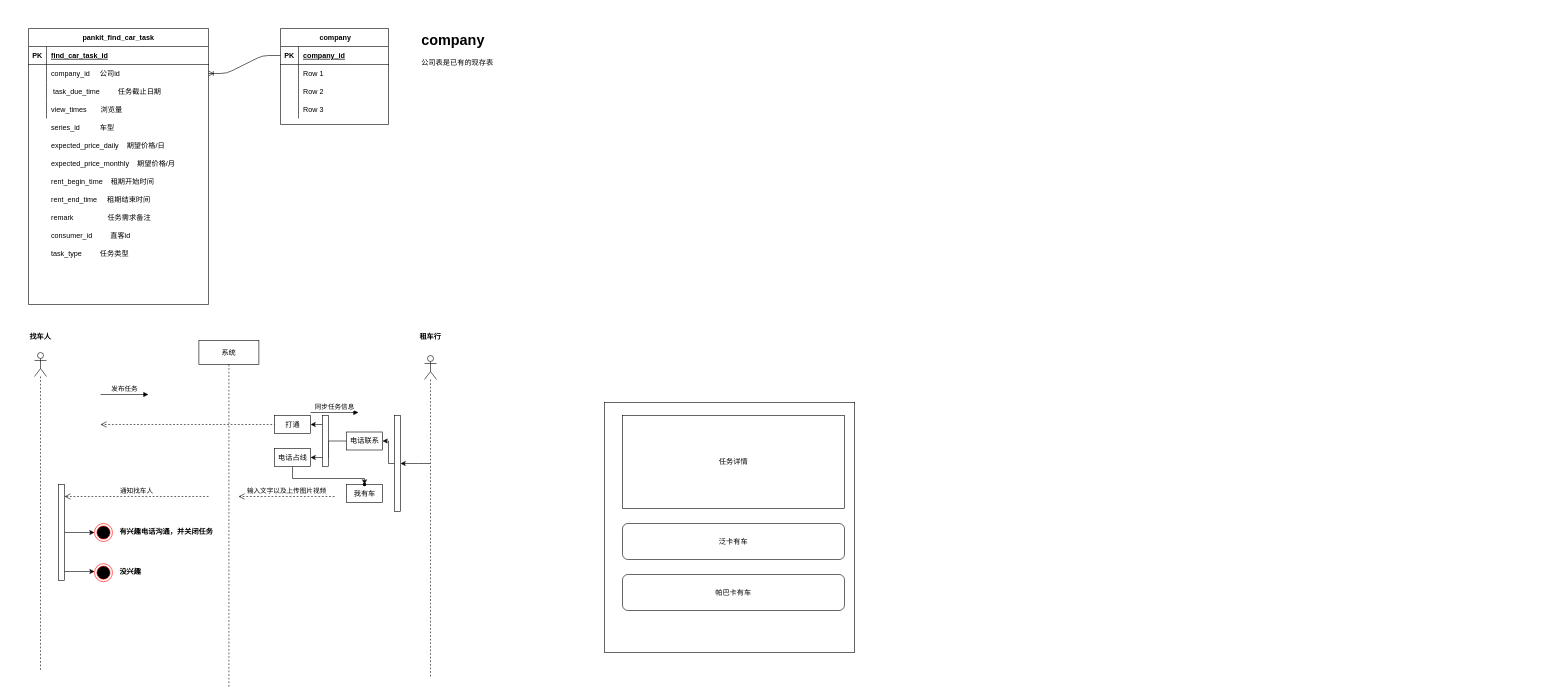
This is 智享调车表设计.drawio from yangrenqing/yangrenqing, a draw.io file, before an edit. Source tidied: cells renumbered, new cells numbered last; positions are measured from the earlier drawing's top-left corner, leaving out a move shared by most shapes. Both pictures are drawn from the tidied source at 60%, with x=0, y=0 at pixel (10, 28).
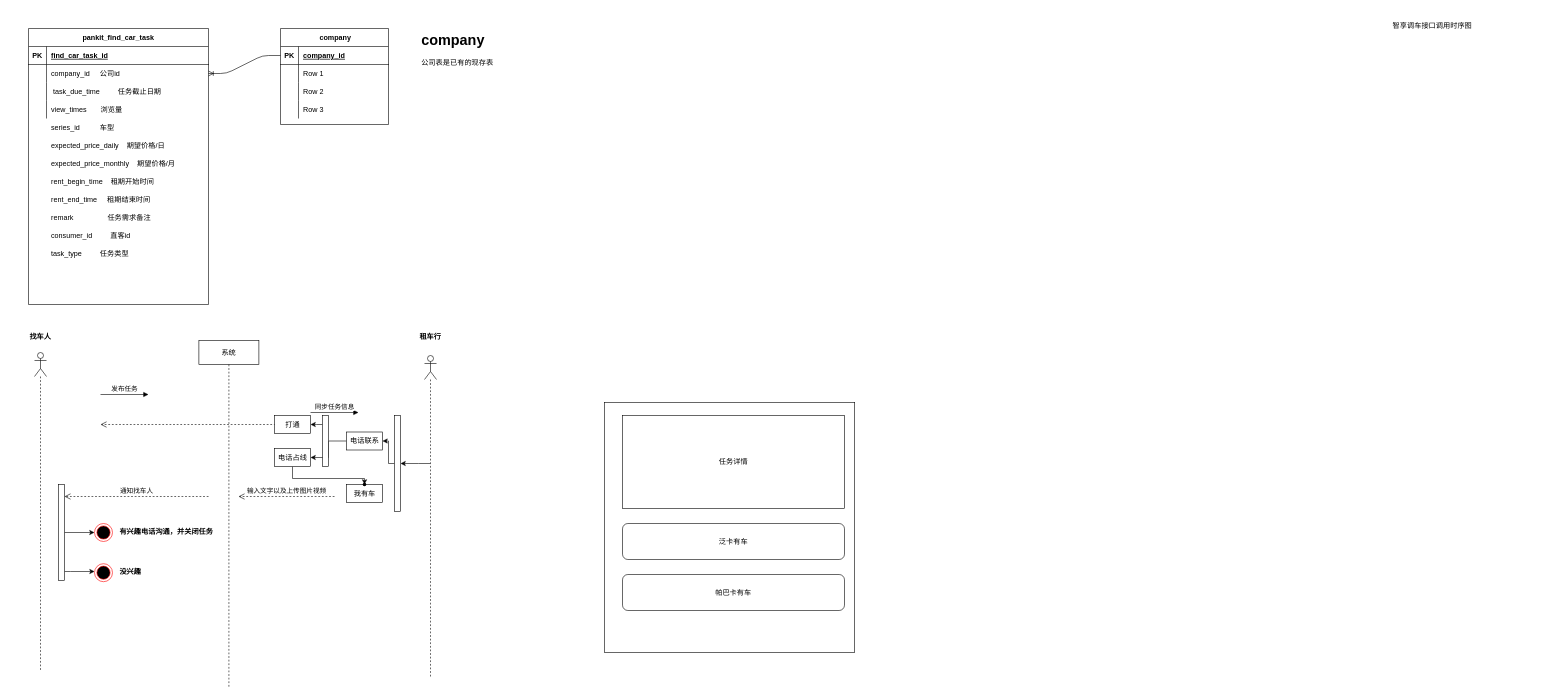
The same page after the edit.

Commit message:
Update 智享调车表设计.drawio

What changed in the source:
```diff
@@
+    <mxCell id="71" value="智享调车接口调用时序图" style="text;html=1;strokeColor=none;fillColor=none;align=center;verticalAlign=middle;whiteSpace=wrap;rounded=0;" parent="1" vertex="1">
+      <mxGeometry x="2170" y="-30" width="400" height="50" as="geometry" />
+    </mxCell>
```
